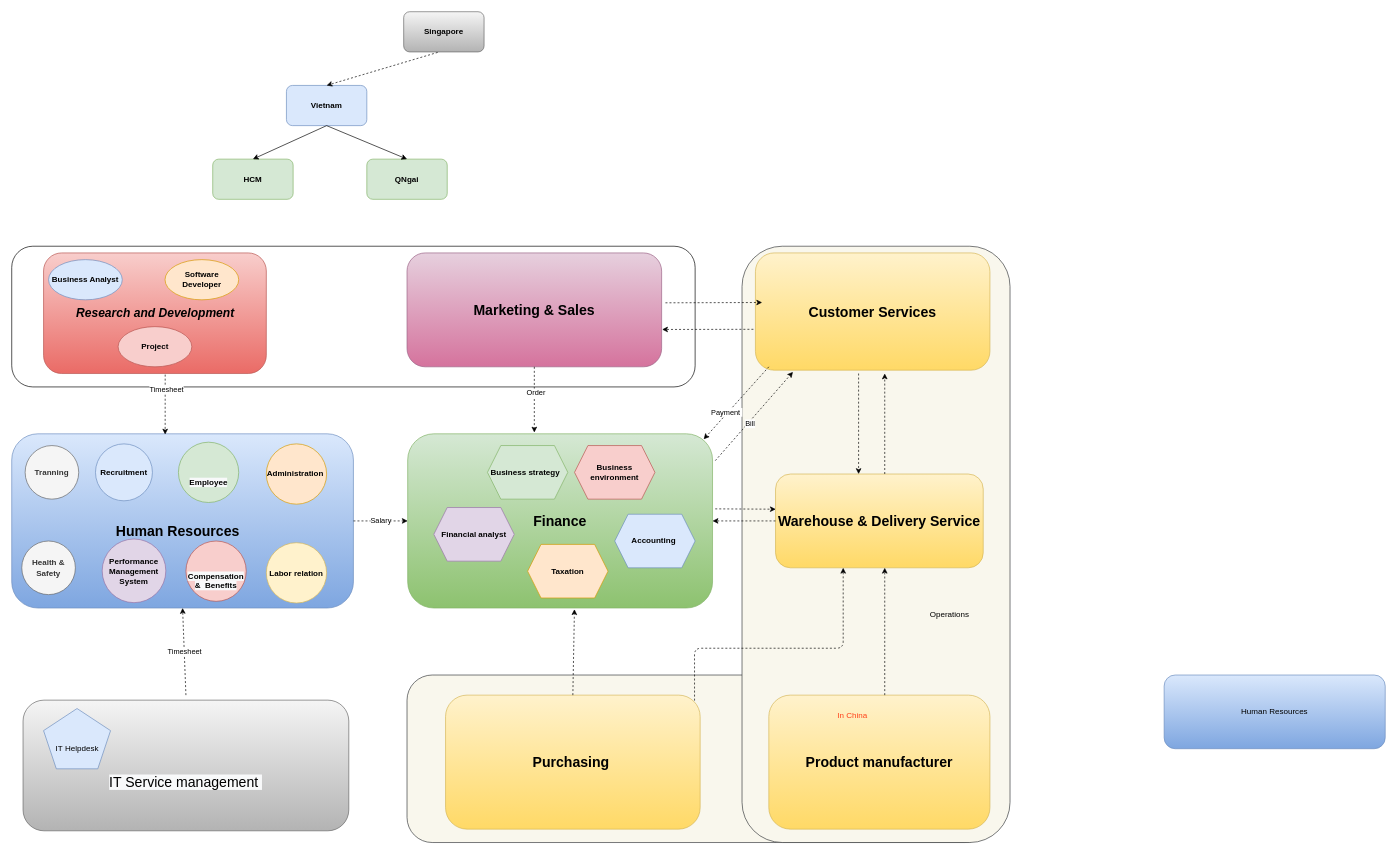
The draw.io diagram page "Org_Chart" (1 of 4) of 04_docs/Department_Organizational_chart.drawio in letrthong/business, before the edit. Source tidied: cells renumbered, new cells numbered last; positions are measured from the earlier drawing's top-left corner, leaving out a move shared by most shapes. Both pictures are drawn from the tidied source at 67%, with x=0, y=0 at pixel (11, 11).
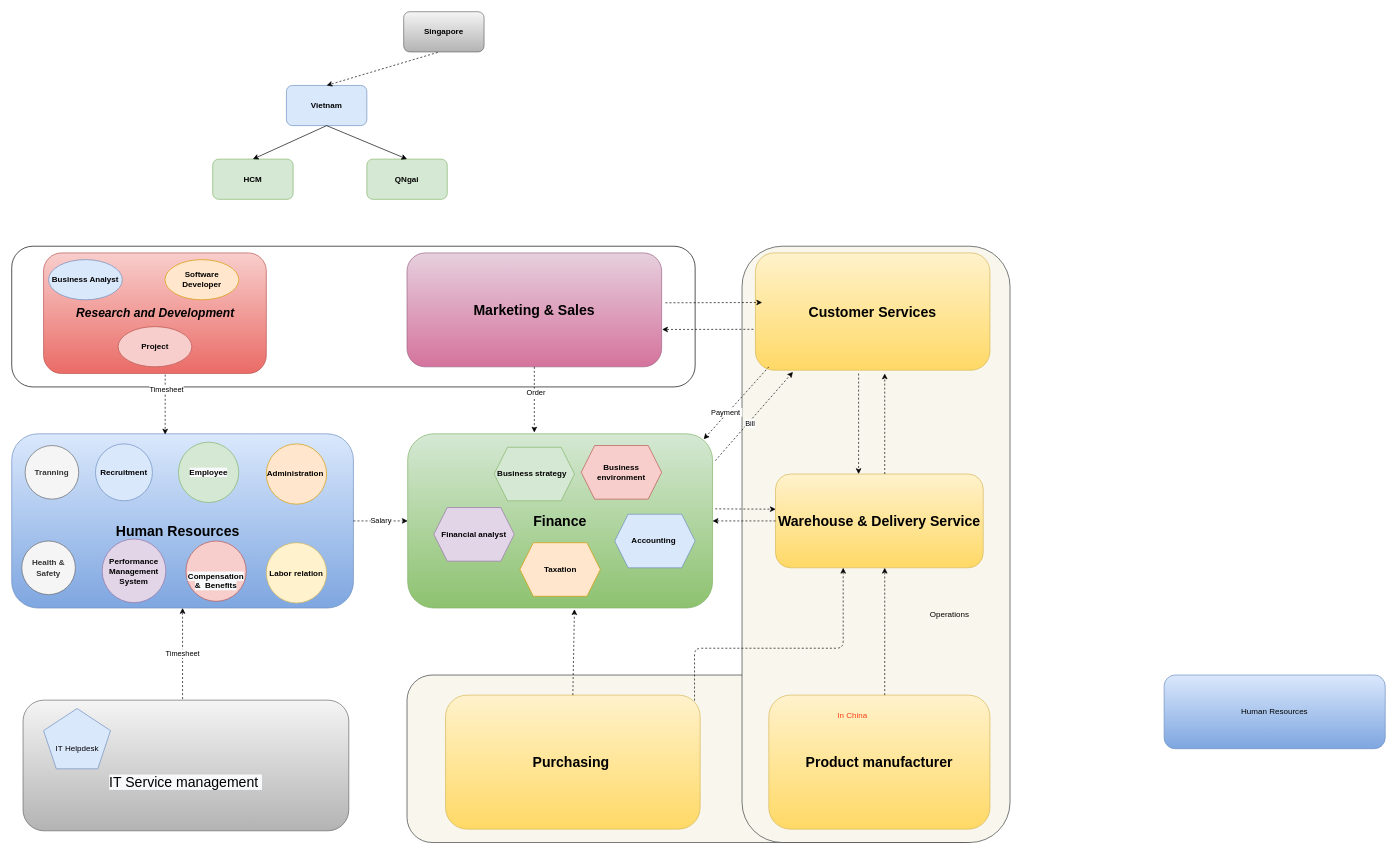
The same diagram, later.

The change refers to these unchanged cells:
```xml
<mxCell id="13" style="rounded=1;whiteSpace=wrap;html=1;fillColor=#dae8fc;strokeColor=#6c8ebf;gradientColor=#7ea6e0;" parent="1" vertex="1">
  <mxGeometry y="630" width="510" height="260" as="geometry" />
</mxCell>
```

Change to the diagram source:
```diff
@@
-    <mxCell id="22" value="&lt;b&gt;&lt;br&gt;&lt;br&gt;&lt;span style=&quot;color: rgb(0 , 0 , 0) ; font-family: &amp;#34;helvetica&amp;#34; ; font-size: 12px ; font-style: normal ; letter-spacing: normal ; text-align: center ; text-indent: 0px ; text-transform: none ; word-spacing: 0px ; background-color: rgb(248 , 249 , 250) ; display: inline ; float: none&quot;&gt;Employee&lt;/span&gt;&lt;br&gt;&lt;/b&gt;" style="ellipse;whiteSpace=wrap;html=1;fillColor=#d5e8d4;strokeColor=#82b366;" parent="1" vertex="1">
+    <mxCell id="22" value="&lt;b&gt;&lt;span style=&quot;color: rgb(0 , 0 , 0) ; font-family: &amp;#34;helvetica&amp;#34; ; font-size: 12px ; font-style: normal ; letter-spacing: normal ; text-align: center ; text-indent: 0px ; text-transform: none ; word-spacing: 0px ; background-color: rgb(248 , 249 , 250) ; display: inline ; float: none&quot;&gt;Employee&lt;/span&gt;&lt;br&gt;&lt;/b&gt;" style="ellipse;whiteSpace=wrap;html=1;fillColor=#d5e8d4;strokeColor=#82b366;" parent="1" vertex="1">
       <mxGeometry x="248.8" y="642.5" width="90" height="90" as="geometry" />
     </mxCell>
@@
     <mxCell id="46" value="Timesheet" style="endArrow=classic;html=1;dashed=1;entryX=0.5;entryY=1;entryDx=0;entryDy=0;" parent="1" edge="1" target="13">
       <mxGeometry relative="1" as="geometry">
-        <mxPoint x="260" y="1020" as="sourcePoint" />
+        <mxPoint x="255" y="1026" as="sourcePoint" />
       </mxGeometry>
     </mxCell>
@@
     <mxCell id="53" value="&lt;span&gt;&lt;b&gt;Taxation&lt;/b&gt;&lt;/span&gt;" style="shape=hexagon;perimeter=hexagonPerimeter2;whiteSpace=wrap;html=1;fixedSize=1;fillColor=#ffe6cc;strokeColor=#d79b00;" parent="1" vertex="1">
-      <mxGeometry x="770" y="795" width="120" height="80" as="geometry" />
+      <mxGeometry x="758.5" y="792.5" width="120" height="80" as="geometry" />
     </mxCell>
@@
     <mxCell id="55" value="&lt;span&gt;&lt;b&gt;Business environment&lt;/b&gt;&lt;/span&gt;" style="shape=hexagon;perimeter=hexagonPerimeter2;whiteSpace=wrap;html=1;fixedSize=1;fillColor=#f8cecc;strokeColor=#b85450;" parent="1" vertex="1">
-      <mxGeometry x="840" y="647.5" width="120" height="80" as="geometry" />
+      <mxGeometry x="850" y="647.5" width="120" height="80" as="geometry" />
     </mxCell>
@@
     <mxCell id="60" value="&lt;b&gt;Business strategy&amp;nbsp;&amp;nbsp;&lt;/b&gt;" style="shape=hexagon;perimeter=hexagonPerimeter2;whiteSpace=wrap;html=1;fixedSize=1;fillColor=#d5e8d4;strokeColor=#82b366;" parent="1" vertex="1">
-      <mxGeometry x="710" y="647.5" width="120" height="80" as="geometry" />
+      <mxGeometry x="720" y="650" width="120" height="80" as="geometry" />
     </mxCell>
```
